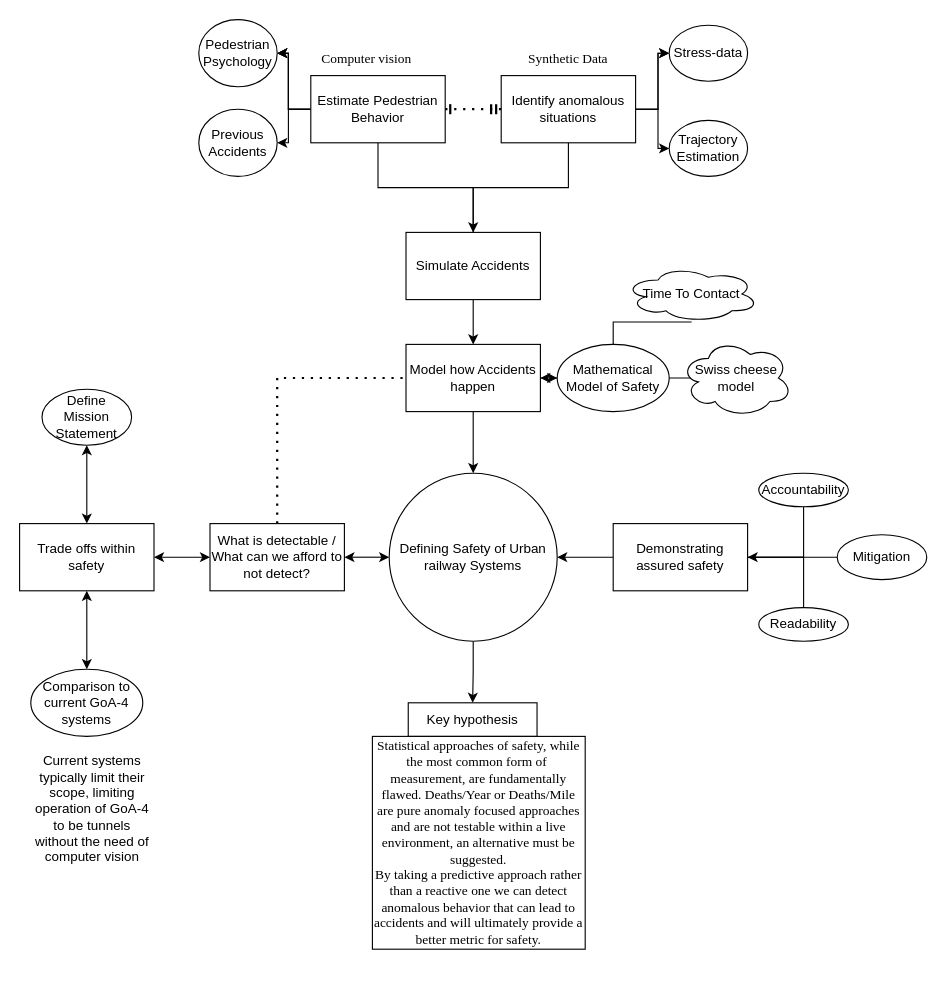
The draw.io diagram Untitled Diagram.drawio in TortoiseFather/SimpleRailwaySim, before the edit. Source tidied: cells renumbered, new cells numbered last; positions are measured from the earlier drawing's top-left corner, leaving out a move shared by most shapes. Both pictures are drawn from the tidied source at 112%, with x=0, y=0 at pixel (19, 19).
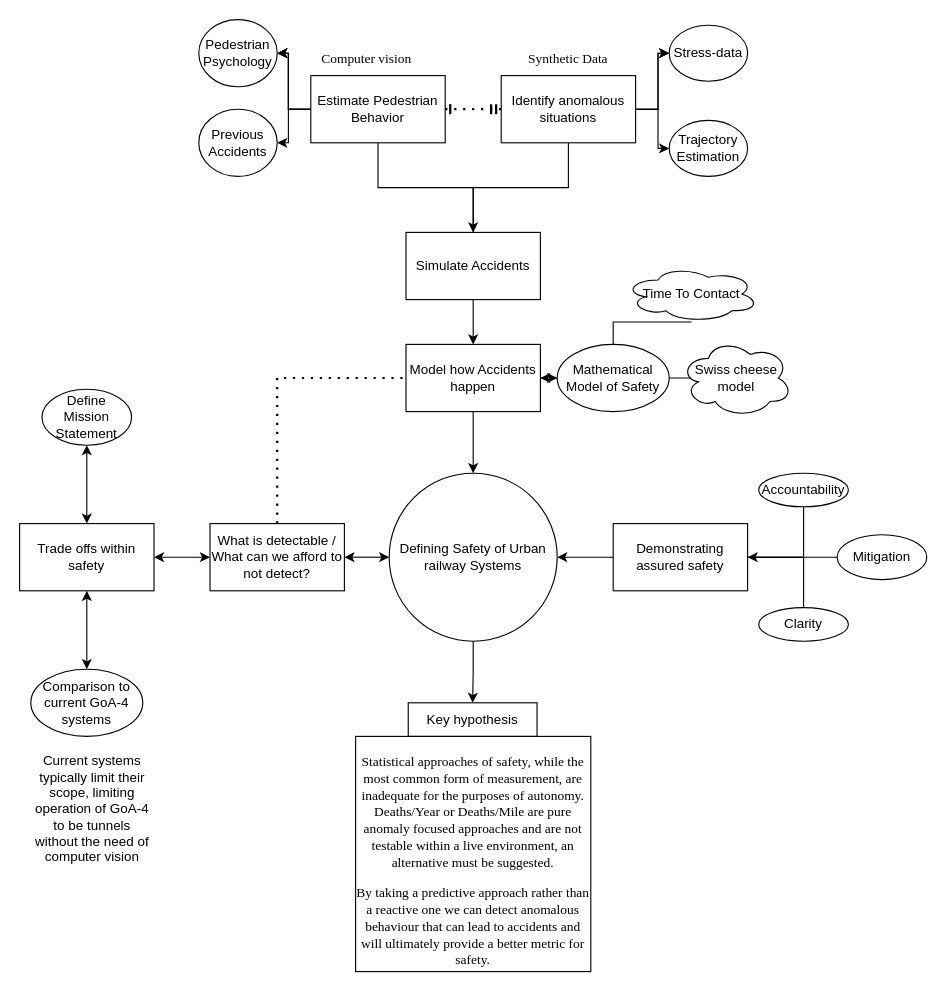
After the change.

Diff of the diagram source:
```diff
@@
-    <mxCell id="39" value="Readability" style="ellipse;whiteSpace=wrap;html=1;" parent="1" vertex="1">
+    <mxCell id="39" value="Clarity" style="ellipse;whiteSpace=wrap;html=1;" parent="1" vertex="1">
       <mxGeometry x="660" y="525" width="80" height="30" as="geometry" />
     </mxCell>
@@
-    <mxCell id="43" value="&lt;div&gt;&lt;font face=&quot;Times New Roman&quot;&gt;Statistical approaches of safety, while the most common form of&amp;nbsp; measurement, are fundamentally flawed. Deaths/Year or Deaths/Mile are pure anomaly focused approaches and are not testable within a live environment, an alternative must be suggested.&lt;/font&gt;&lt;/div&gt;&lt;div&gt;&lt;font face=&quot;Times New Roman&quot;&gt;By taking a predictive approach rather than a reactive one we can detect anomalous behavior that can lead to accidents and will ultimately provide a better metric for safety.&lt;br&gt;&lt;/font&gt;&lt;/div&gt;" style="whiteSpace=wrap;html=1;" parent="1" vertex="1">
-      <mxGeometry x="315" y="640" width="190" height="190" as="geometry" />
+    <mxCell id="43" value="&lt;p style=&quot;margin-bottom: 0cm; line-height: normal;&quot; class=&quot;MsoNormal&quot;&gt;&lt;font style=&quot;font-size: 12px;&quot; face=&quot;Times New Roman&quot;&gt;Statistical approaches of safety, while the most common form of measurement, are inadequate for the purposes of autonomy. Deaths/Year or Deaths/Mile are pure anomaly focused approaches and are not testable within a live environment, an alternative must be &lt;font style=&quot;font-size: 12px;&quot;&gt;suggested.&lt;/font&gt;&lt;/font&gt;&lt;/p&gt;&lt;p style=&quot;margin-bottom: 0cm; line-height: normal;&quot; class=&quot;MsoNormal&quot;&gt;&lt;font style=&quot;font-size: 12px;&quot; face=&quot;Times New Roman&quot;&gt;&lt;span style=&quot;&quot;&gt;By taking a predictive approach rather than a reactive one we can detect anomalous behaviour that can lead to accidents and will ultimately provide a better metric for safety.&lt;/span&gt;&lt;/font&gt;&lt;/p&gt;" style="whiteSpace=wrap;html=1;" parent="1" vertex="1">
+      <mxGeometry x="300" y="640" width="210" height="210" as="geometry" />
     </mxCell>
```
